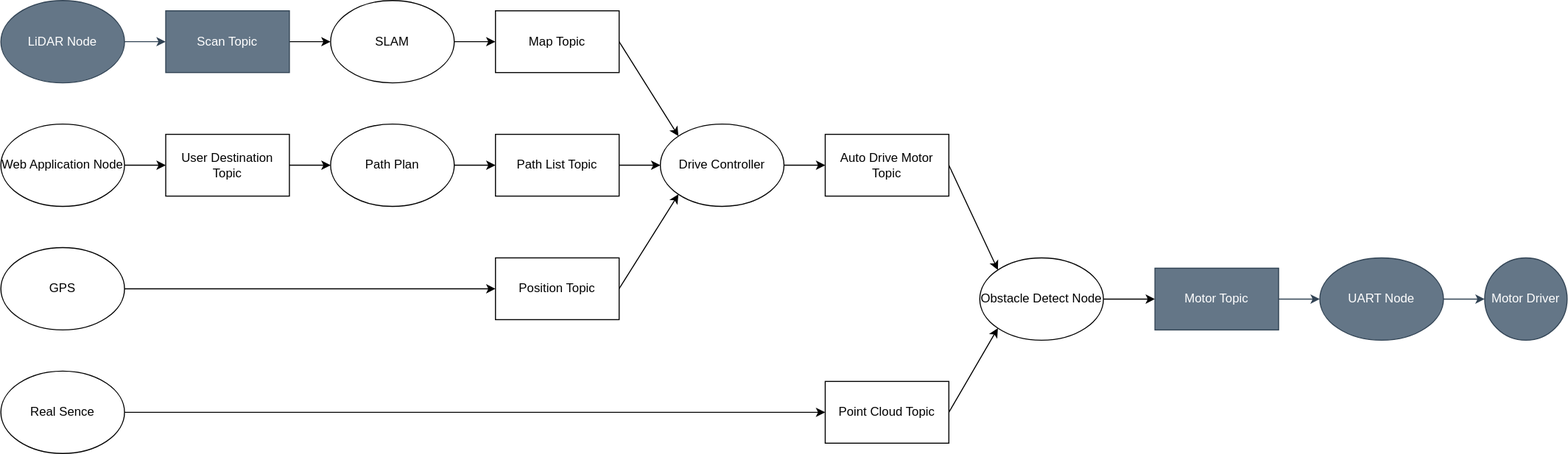
Above: 構成図.drawio.svg in iCCD-MovingBoard/Ugokuita_ws (draw.io), before the change. Source tidied: cells renumbered, new cells last; positions are measured from the earlier drawing's top-left corner, leaving out a move shared by most shapes.
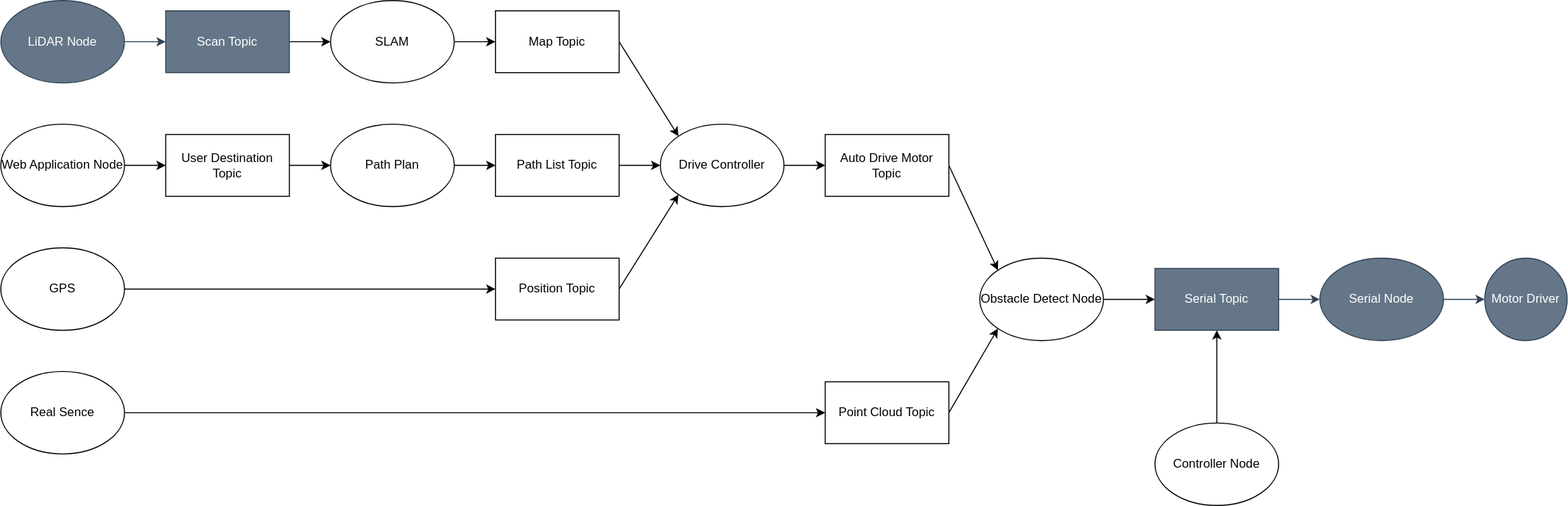
Later version of the same file.

Commit message:
構成図の変更

Change to the diagram source:
```diff
@@ -95,17 +95,23 @@
     <mxCell id="32" style="edgeStyle=none;html=1;exitX=1;exitY=0.5;exitDx=0;exitDy=0;entryX=0;entryY=0.5;entryDx=0;entryDy=0;fillColor=#647687;strokeColor=#314354;" parent="1" edge="1" source="33" target="35">
       <mxGeometry relative="1" as="geometry" />
     </mxCell>
-    <mxCell id="33" value="Motor Topic" style="rounded=0;whiteSpace=wrap;html=1;fillColor=#647687;fontColor=#ffffff;strokeColor=#314354;" parent="1" vertex="1">
+    <mxCell id="33" value="Serial Topic" style="rounded=0;whiteSpace=wrap;html=1;fillColor=#647687;fontColor=#ffffff;strokeColor=#314354;" parent="1" vertex="1">
       <mxGeometry x="1120" y="260" width="120" height="60" as="geometry" />
     </mxCell>
     <mxCell id="34" style="edgeStyle=none;html=1;exitX=1;exitY=0.5;exitDx=0;exitDy=0;entryX=0;entryY=0.5;entryDx=0;entryDy=0;fillColor=#647687;strokeColor=#314354;" parent="1" edge="1" source="35" target="36">
       <mxGeometry relative="1" as="geometry" />
     </mxCell>
-    <mxCell id="35" value="UART Node" style="ellipse;whiteSpace=wrap;html=1;fillColor=#647687;fontColor=#ffffff;strokeColor=#314354;" parent="1" vertex="1">
+    <mxCell id="35" value="Serial Node" style="ellipse;whiteSpace=wrap;html=1;fillColor=#647687;fontColor=#ffffff;strokeColor=#314354;" parent="1" vertex="1">
       <mxGeometry x="1280" y="250" width="120" height="80" as="geometry" />
     </mxCell>
     <mxCell id="36" value="Motor Driver" style="ellipse;whiteSpace=wrap;html=1;fillColor=#647687;fontColor=#ffffff;strokeColor=#314354;" parent="1" vertex="1">
       <mxGeometry x="1440" y="250" width="80" height="80" as="geometry" />
     </mxCell>
+    <mxCell id="37" style="edgeStyle=none;html=1;exitX=0.5;exitY=0;exitDx=0;exitDy=0;entryX=0.5;entryY=1;entryDx=0;entryDy=0;" parent="1" edge="1" source="38" target="33">
+      <mxGeometry relative="1" as="geometry" />
+    </mxCell>
+    <mxCell id="38" value="Controller Node" style="ellipse;whiteSpace=wrap;html=1;" parent="1" vertex="1">
+      <mxGeometry x="1120" y="410" width="120" height="80" as="geometry" />
+    </mxCell>
   </root>
 </mxGraphModel>
```
